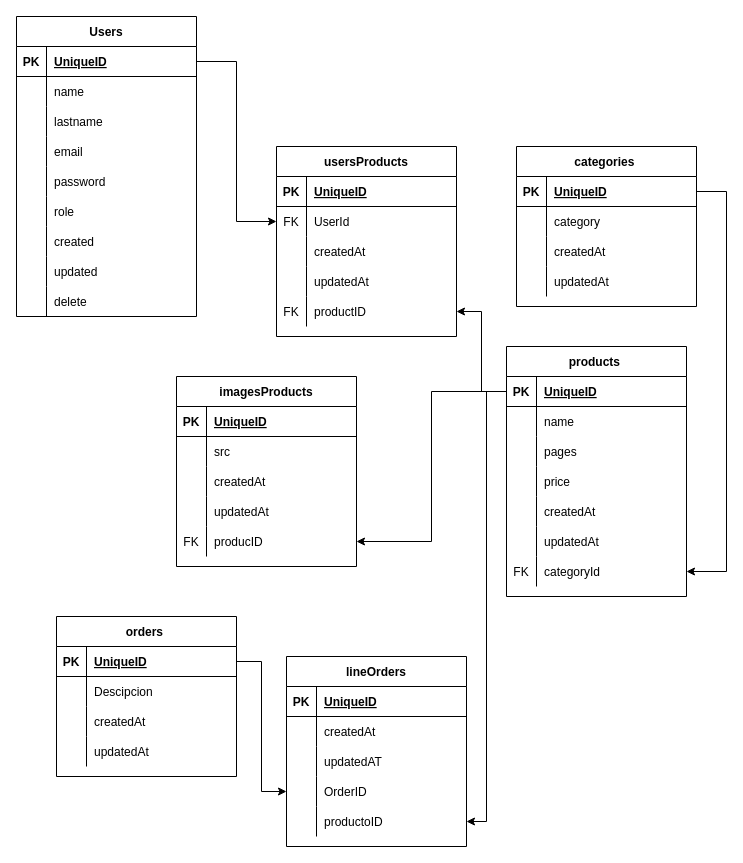
The draw.io diagram EBOOK-ECOMMERCE/Esquema Database.drawio in franco-es/E_BOOK-E_COMMERCE, before the edit. Source tidied: cells renumbered, new cells numbered last; positions are measured from the earlier drawing's top-left corner, leaving out a move shared by most shapes. Both pictures are drawn from the tidied source at 100%, with x=0, y=0 at pixel (16, 16).
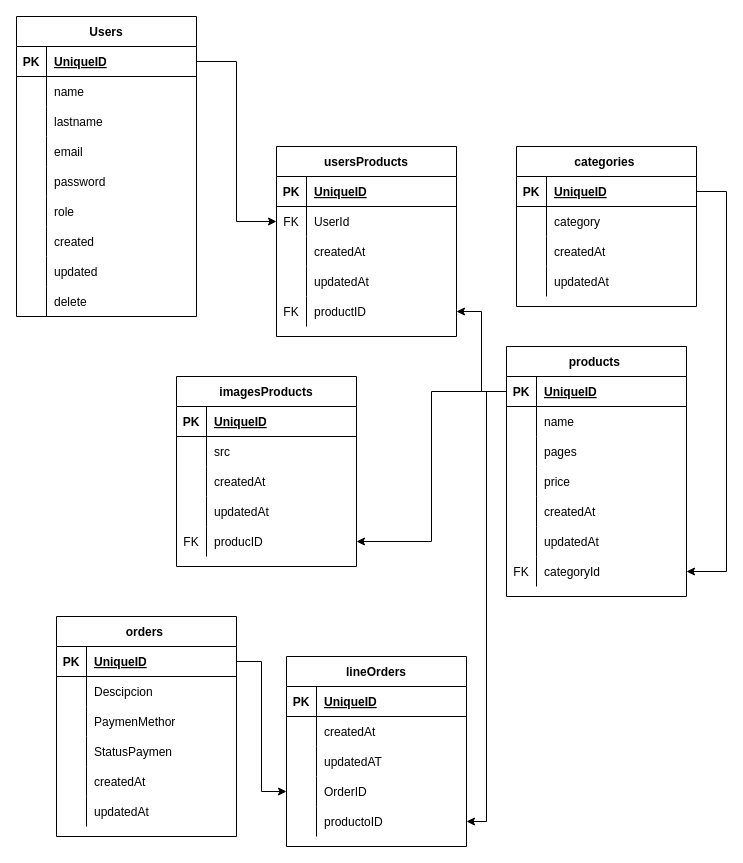
Above is the later version.

The edit, as a diff of the source:
```diff
@@
     <mxCell id="101" value="orders " style="shape=table;startSize=30;childLayout=tableLayout;rowLines=0;fontStyle=1;align=center;" parent="1" vertex="1">
-      <mxGeometry x="40" y="600" width="180" height="160" as="geometry" />
+      <mxGeometry x="40" y="600" width="180" height="220" as="geometry" />
     </mxCell>
@@
+    <mxCell id="132" style="shape=partialRectangle;fillColor=none;top=0;left=0;bottom=0;right=0;" parent="101" vertex="1">
+      <mxGeometry y="90" width="180" height="30" as="geometry" />
+    </mxCell>
+    <mxCell id="133" style="shape=partialRectangle;fillColor=none;top=0;left=0;bottom=0;right=0;overflow=hidden;" parent="132" vertex="1">
+      <mxGeometry width="30" height="30" as="geometry" />
+    </mxCell>
+    <mxCell id="134" value="PaymenMethor" style="shape=partialRectangle;fillColor=none;top=0;left=0;bottom=0;right=0;align=left;spacingLeft=6;overflow=hidden;" parent="132" vertex="1">
+      <mxGeometry x="30" width="150" height="30" as="geometry" />
+    </mxCell>
+    <mxCell id="135" style="shape=partialRectangle;fillColor=none;top=0;left=0;bottom=0;right=0;" parent="101" vertex="1">
+      <mxGeometry y="120" width="180" height="30" as="geometry" />
+    </mxCell>
+    <mxCell id="136" style="shape=partialRectangle;fillColor=none;top=0;left=0;bottom=0;right=0;overflow=hidden;" parent="135" vertex="1">
+      <mxGeometry width="30" height="30" as="geometry" />
+    </mxCell>
+    <mxCell id="137" value="StatusPaymen" style="shape=partialRectangle;fillColor=none;top=0;left=0;bottom=0;right=0;align=left;spacingLeft=6;overflow=hidden;" parent="135" vertex="1">
+      <mxGeometry x="30" width="150" height="30" as="geometry" />
+    </mxCell>
     <mxCell id="108" style="shape=partialRectangle;fillColor=none;top=0;left=0;bottom=0;right=0;" parent="101" vertex="1">
-      <mxGeometry y="90" width="180" height="30" as="geometry" />
+      <mxGeometry y="150" width="180" height="30" as="geometry" />
     </mxCell>
@@
     <mxCell id="111" style="shape=partialRectangle;fillColor=none;top=0;left=0;bottom=0;right=0;" parent="101" vertex="1">
-      <mxGeometry y="120" width="180" height="30" as="geometry" />
+      <mxGeometry y="180" width="180" height="30" as="geometry" />
     </mxCell>
```
